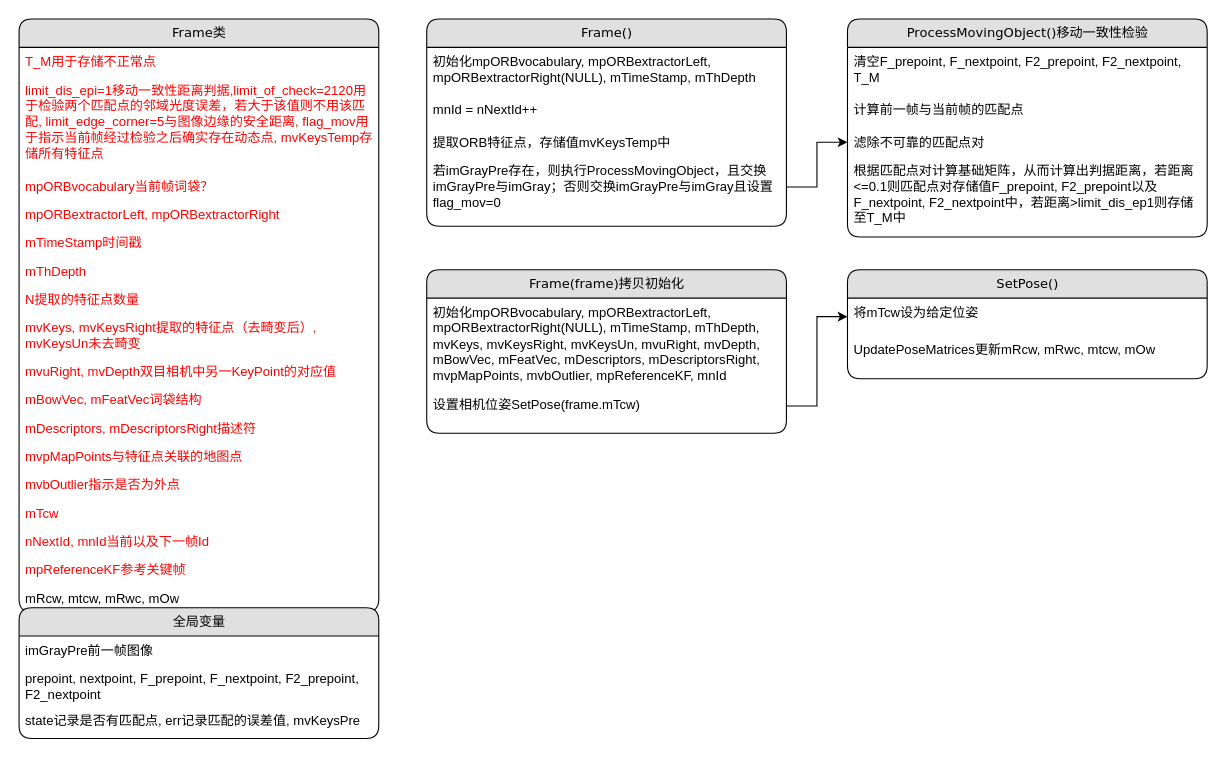
Earlier version of the draw.io diagram page "Frame" (11 of 11) of Untitled Diagram.drawio (gtx818/visual-SLAM). Source tidied: cells renumbered, new cells numbered last; positions are measured from the earlier drawing's top-left corner, leaving out a move shared by most shapes. Both pictures are drawn from the tidied source at 109%, with x=0, y=0 at pixel (19, 19).
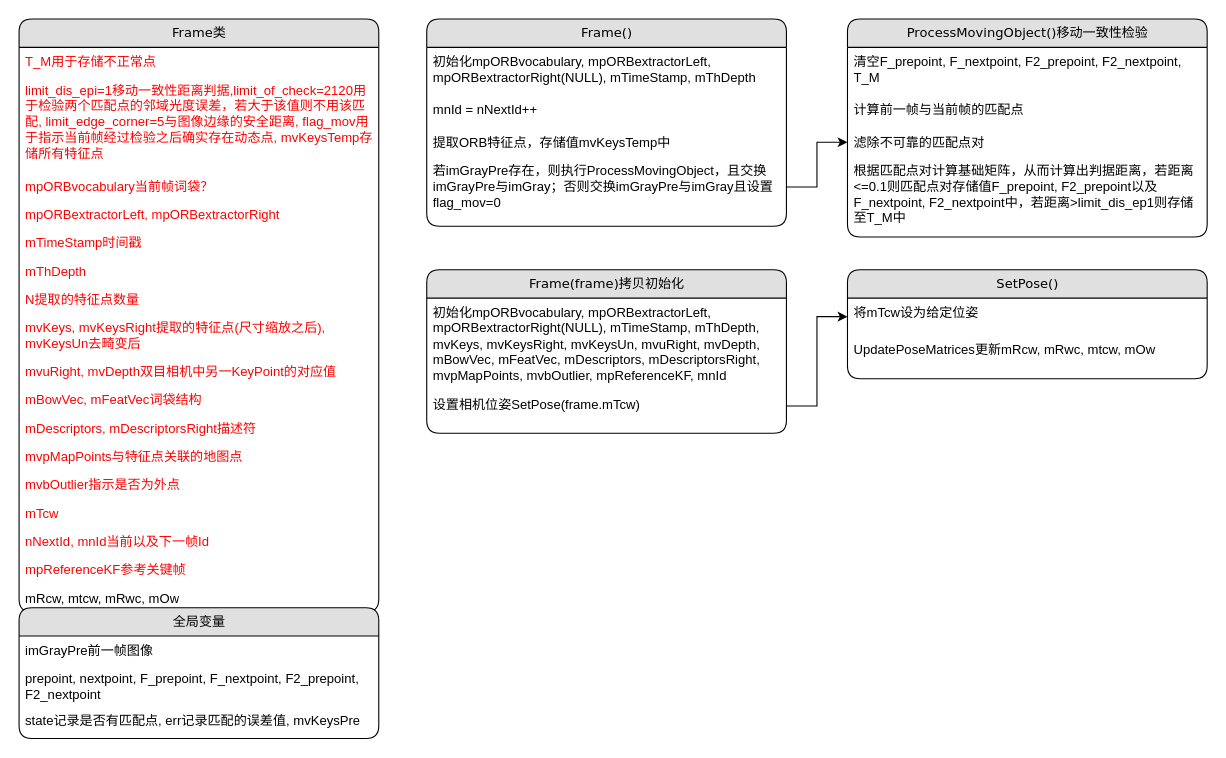
Above is the later version.

Unchanged cells that the change refers to:
```xml
<mxCell id="2" value="Frame类" style="swimlane;html=1;fontStyle=0;horizontal=1;startSize=26;fillColor=#e0e0e0;swimlaneFillColor=#ffffff;align=center;rounded=1;shadow=0;comic=0;labelBackgroundColor=none;strokeWidth=1;fontFamily=Verdana;fontSize=12;" parent="1" vertex="1">
  <mxGeometry width="330" height="544" as="geometry" />
</mxCell>
```

Change to the diagram source:
```diff
@@
-    <mxCell id="10" value="mvKeys, mvKeysRight提取的特征点（去畸变后）, mvKeysUn未去畸变" style="text;html=1;strokeColor=none;fillColor=none;spacingLeft=4;spacingRight=4;whiteSpace=wrap;overflow=hidden;fontColor=#FF0000;" parent="2" vertex="1">
+    <mxCell id="10" value="mvKeys, mvKeysRight提取的特征点(尺寸缩放之后), mvKeysUn去畸变后" style="text;html=1;strokeColor=none;fillColor=none;spacingLeft=4;spacingRight=4;whiteSpace=wrap;overflow=hidden;fontColor=#FF0000;" parent="2" vertex="1">
       <mxGeometry y="270" width="330" height="40" as="geometry" />
     </mxCell>
```
